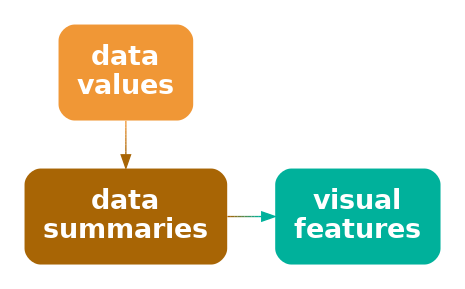
Above: Diagrams/stat-vis.png in pmur002/hdvw (Graphviz), before the change. Its source is kept beside it as Diagrams/stat-vis.dot.
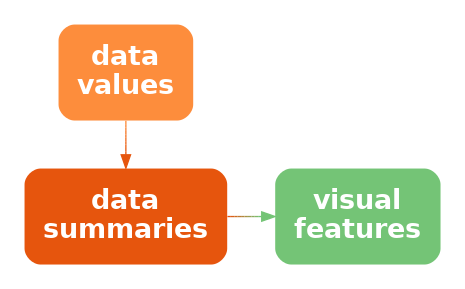
The same file after the commit.

Change to the diagram source:
```diff
@@ -1,11 +1,11 @@
 digraph {
   graph [ rankdir=LR; margin=.2; nodesep=.5 ];
   node [ fontsize=20; fontname="sans bold"; margin=.2 ];
-  data [ label="data\nvalues"; shape=box; style="filled, rounded"; penwidth=0; fontcolor=white; fillcolor="#F09736" ]
-  stat [ label="data\nsummaries"; shape=box; style="filled, rounded"; penwidth=0; fontcolor=white; fillcolor="#A86505" ]
+  data [ label="data\nvalues"; shape=box; style="filled, rounded"; penwidth=0; fontcolor=white; fillcolor="#FD8D3C" ]
+  stat [ label="data\nsummaries"; shape=box; style="filled, rounded"; penwidth=0; fontcolor=white; fillcolor="#E6550D" ]
   vis [ label="visual\nfeatures"; shape=box;
-     style="filled, rounded"; penwidth=0; fontcolor=white; fillcolor="#00B19B" ]
-  data -> stat [ color="#F09736;0.1:#E89131;0.1:#E08C2B;0.1:#D88626;0.1:#D08120;0.1:#C87B1B;0.1:#C07615;0.1:#B87010;0.1:#B06B0A;0.1:#A86505;0.1" ]
-  stat -> vis [ color="#A86505;0.1:#956D16;0.1:#837626;0.1:#707E37;0.1:#5D8748;0.1:#4B8F58;0.1:#389869;0.1:#25A07A;0.1:#13A98A;0.1:#00B19B;0.1" ]
+     style="filled, rounded"; penwidth=0; fontcolor=white; fillcolor="#74C476" ]
+  data -> stat [ color="#FD8D3C;0.1:#FA8737;0.1:#F88132;0.1:#F57A2C;0.1:#F37427;0.1:#F06E22;0.1:#EE681D;0.1:#EB6117;0.1:#E95B12;0.1:#E6550D;0.1" ]
+  stat -> vis [ color="#E6550D;0.1:#D96119;0.1:#CD6E24;0.1:#C07A30;0.1:#B3863C;0.1:#A79347;0.1:#9A9F53;0.1:#8DAB5F;0.1:#81B86A;0.1:#74C476;0.1" ]
 { rank=same; data, stat }
 }
```
